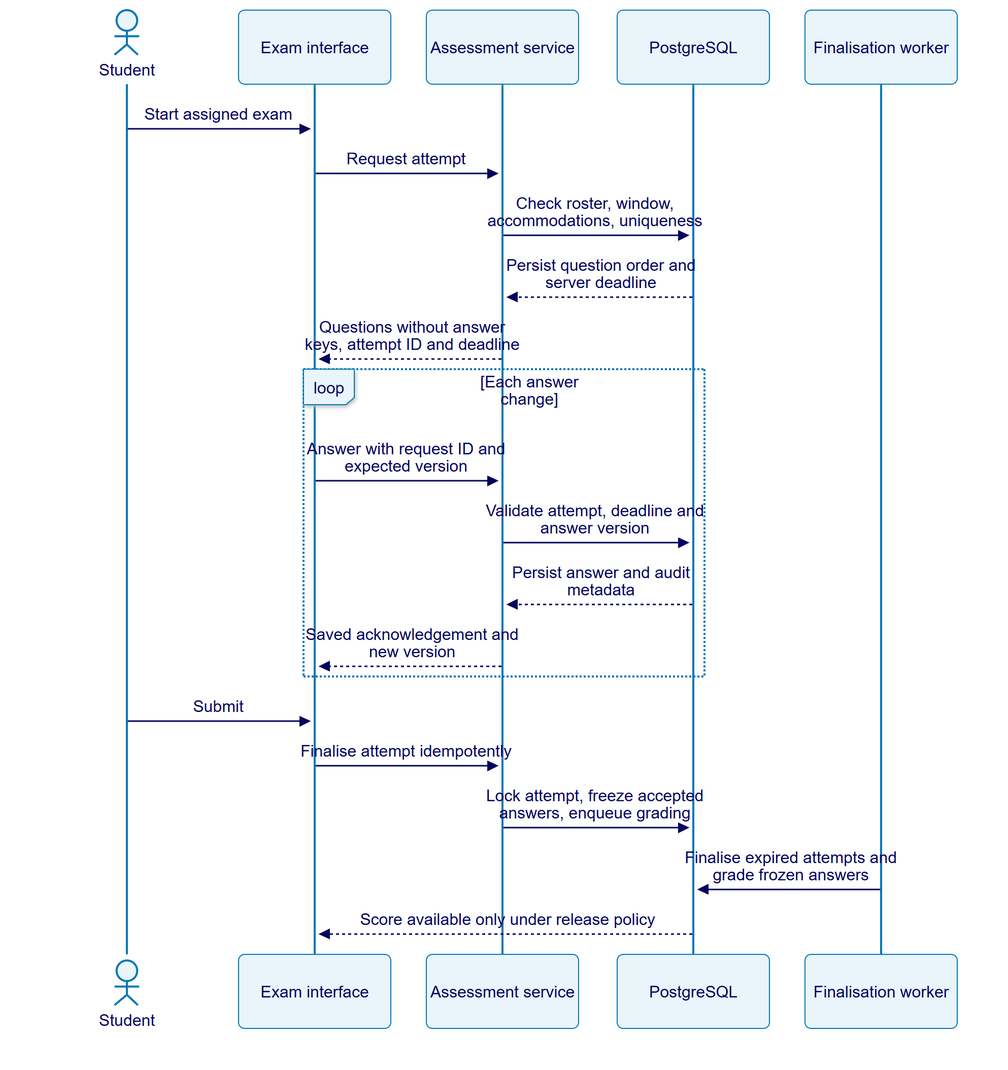
Earlier version of the Mermaid export docs/diagrams/rendered/architecture-05.png (adeyanjufuhad/BrainField-Schools). Its source is kept beside it as docs/diagrams/architecture-05.mmd.
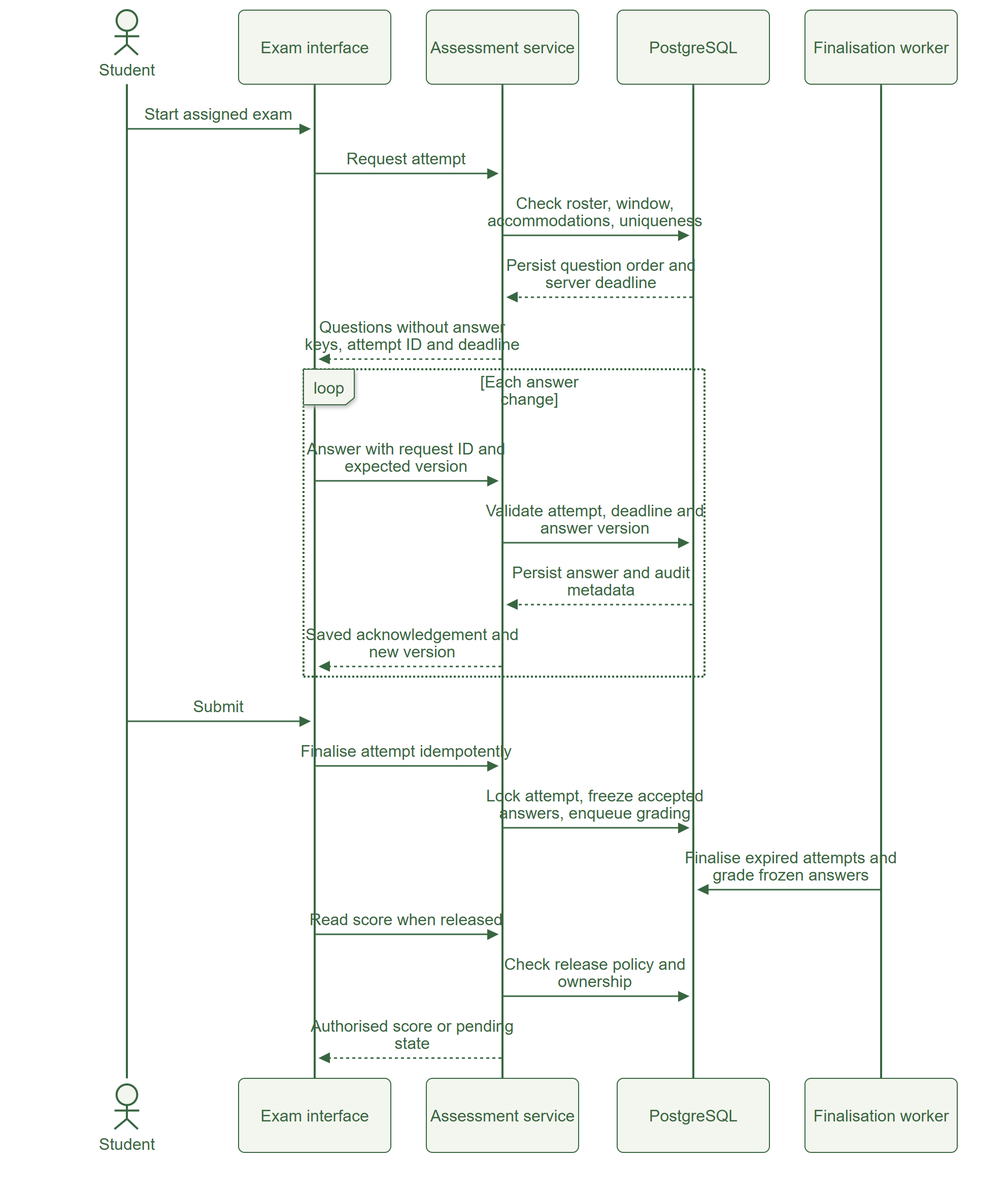
After the commit.

Diff of the diagram source:
```diff
@@ -19,4 +19,6 @@
     UI->>API: Finalise attempt idempotently
     API->>DB: Lock attempt, freeze accepted answers, enqueue grading
     Job->>DB: Finalise expired attempts and grade frozen answers
-    DB-->>UI: Score available only under release policy
+    UI->>API: Read score when released
+    API->>DB: Check release policy and ownership
+    API-->>UI: Authorised score or pending state
```
